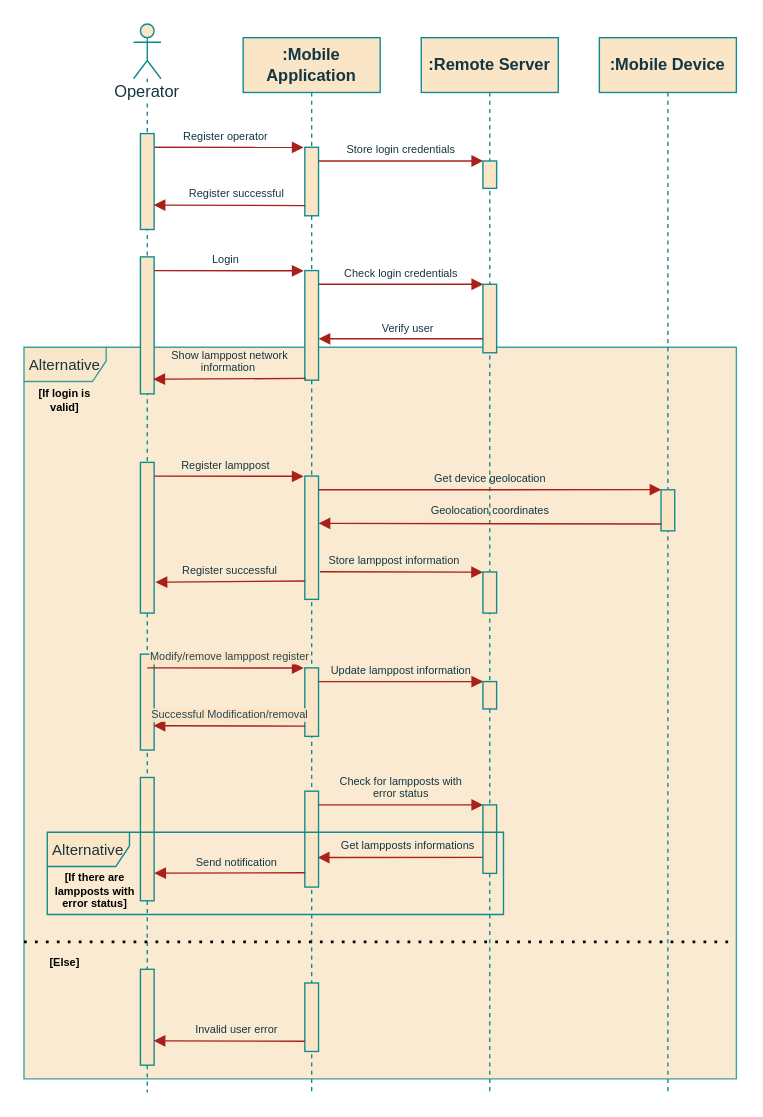
This is page "AppSystem_SeqDiagram" (3 of 7) of project/report/flowcharts/RemoteSystem.drawio from ESRGgroup9/slipad, a draw.io file, before an edit. Source tidied: cells renumbered, new cells numbered last; positions are measured from the earlier drawing's top-left corner, leaving out a move shared by most shapes. Both pictures are drawn from the tidied source at 137%, with x=0, y=0 at pixel (23, 23).
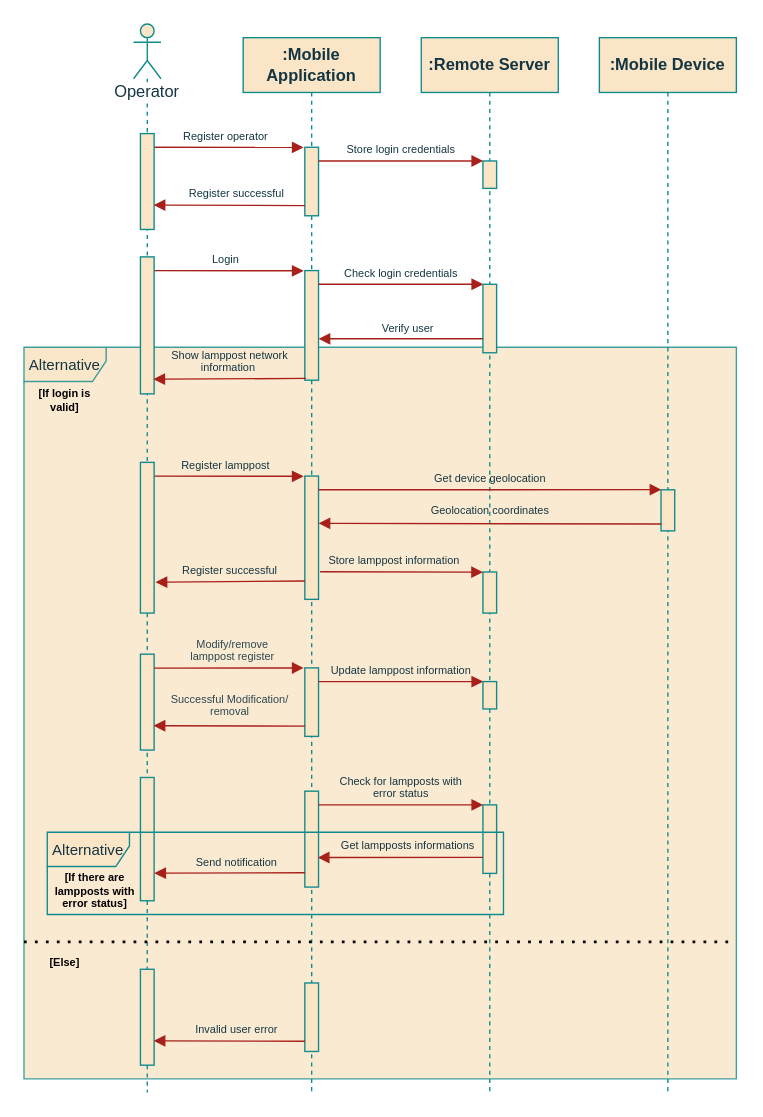
The same page after the edit.

Unchanged cells that the change refers to:
```xml
<mxCell id="9" value="&lt;b&gt;:Remote Server&lt;/b&gt;" style="shape=umlLifeline;perimeter=lifelinePerimeter;whiteSpace=wrap;html=1;fillColor=#FAE5C7;strokeColor=#0F8B8D;fontColor=#143642;" parent="1" vertex="1">
  <mxGeometry x="290" y="10" width="100" height="770" as="geometry" />
</mxCell>
<mxCell id="24" style="html=1;points=[];perimeter=orthogonalPerimeter;fillColor=#FAE5C7;strokeColor=#0F8B8D;fontColor=#143642;" parent="9" vertex="1">
  <mxGeometry x="-205" y="450" width="10" height="70" as="geometry" />
</mxCell>
<mxCell id="25" style="html=1;points=[];perimeter=orthogonalPerimeter;fillColor=#FAE5C7;strokeColor=#0F8B8D;fontColor=#143642;" parent="9" vertex="1">
  <mxGeometry x="-85" y="460" width="10" height="50" as="geometry" />
</mxCell>
```

Diff of the diagram source:
```diff
@@
-    <mxCell id="28" value="&lt;div&gt;Successful Modification/removal&lt;/div&gt;" style="html=1;verticalAlign=bottom;endArrow=block;rounded=0;fontSize=8;labelBackgroundColor=#FAE5C7;strokeColor=#A8201A;fontColor=#143642;labelBorderColor=none;exitX=0.02;exitY=0.851;exitDx=0;exitDy=0;exitPerimeter=0;entryX=0.962;entryY=0.746;entryDx=0;entryDy=0;entryPerimeter=0;textOpacity=90;" parent="9" edge="1" source="25" target="24">
-      <mxGeometry relative="1" as="geometry" />
+    <mxCell id="28" value="&lt;div&gt;Successful Modification/&lt;/div&gt;&lt;div&gt;removal&lt;/div&gt;" style="html=1;verticalAlign=bottom;endArrow=block;rounded=0;fontSize=8;labelBackgroundColor=none;strokeColor=#A8201A;fontColor=#143642;labelBorderColor=none;exitX=0.02;exitY=0.851;exitDx=0;exitDy=0;exitPerimeter=0;entryX=0.962;entryY=0.746;entryDx=0;entryDy=0;entryPerimeter=0;textOpacity=90;" parent="9" edge="1" source="25" target="24">
+      <mxGeometry y="-2" relative="1" as="geometry" />
     </mxCell>
@@
-    <mxCell id="39" value="Modify/remove lamppost register" style="html=1;verticalAlign=bottom;endArrow=block;rounded=0;entryX=-0.086;entryY=0.002;entryDx=0;entryDy=0;entryPerimeter=0;fontSize=8;labelBackgroundColor=#FAE5C7;strokeColor=#A8201A;fontColor=#143642;textOpacity=90;" parent="9" edge="1" target="25">
-      <mxGeometry x="0.05" relative="1" as="geometry">
-        <mxPoint x="-200" y="460" as="sourcePoint" />
-      </mxGeometry>
+    <mxCell id="39" value="&lt;div&gt;Modify/remove &lt;br&gt;&lt;/div&gt;&lt;div&gt;lamppost register&lt;/div&gt;" style="html=1;verticalAlign=bottom;endArrow=block;rounded=0;entryX=-0.086;entryY=0.002;entryDx=0;entryDy=0;entryPerimeter=0;fontSize=8;labelBackgroundColor=none;strokeColor=#A8201A;fontColor=#143642;textOpacity=90;exitX=1.011;exitY=0.145;exitDx=0;exitDy=0;exitPerimeter=0;" parent="9" edge="1" source="24" target="25">
+      <mxGeometry x="0.05" relative="1" as="geometry" />
     </mxCell>
```
